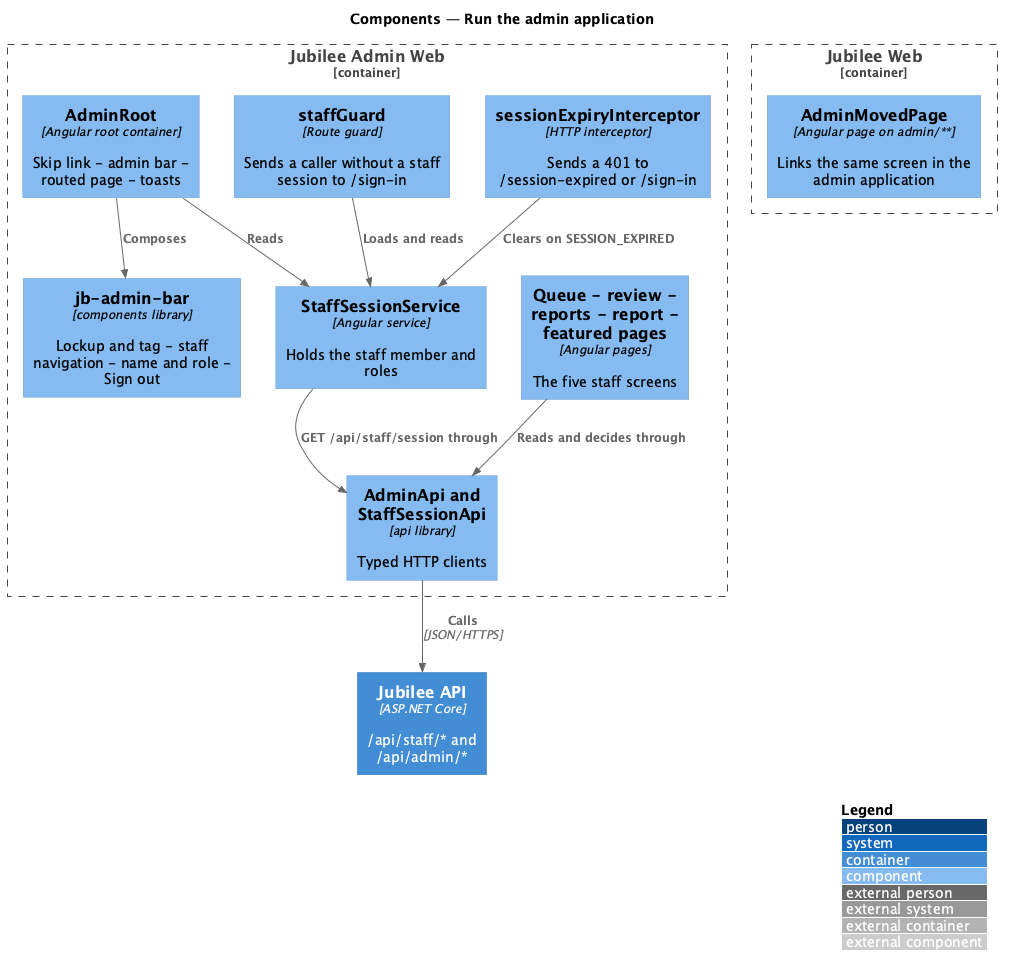
Earlier version of the PlantUML export docs/detailed-designs/admin/run-admin-application/diagrams/c4-component.png (QuinntyneBrown/jubilee). Its diagram source:
```plantuml
@startuml
!include <C4/C4_Component>
LAYOUT_WITH_LEGEND()
title Components — Run the admin application

Container_Boundary(admin, "Jubilee Admin Web") {
  Component(root, "AdminRoot", "Angular root container", "Skip link - admin bar - routed page - toasts")
  Component(bar, "jb-admin-bar", "components library", "Lockup and tag - staff navigation - name and role - Sign out")
  Component(guard, "staffGuard", "Route guard", "Sends a caller without a staff session to /sign-in")
  Component(session, "StaffSessionService", "Angular service", "Holds the staff member and roles")
  Component(pages, "Queue - review - reports - report - featured pages", "Angular pages", "The five staff screens")
  Component(adminapi, "AdminApi and StaffSessionApi", "api library", "Typed HTTP clients")
  Component(expiry, "sessionExpiryInterceptor", "HTTP interceptor", "Sends a 401 to /session-expired or /sign-in")
}
Container_Boundary(web, "Jubilee Web") {
  Component(moved, "AdminMovedPage", "Angular page on admin/**", "Links the same screen in the admin application")
}
Container(api, "Jubilee API", "ASP.NET Core", "/api/staff/* and /api/admin/*")
Rel(root, bar, "Composes")
Rel(root, session, "Reads")
Rel(guard, session, "Loads and reads")
Rel(pages, adminapi, "Reads and decides through")
Rel(session, adminapi, "GET /api/staff/session through")
Rel(adminapi, api, "Calls", "JSON/HTTPS")
Rel(expiry, session, "Clears on SESSION_EXPIRED")
@enduml
```
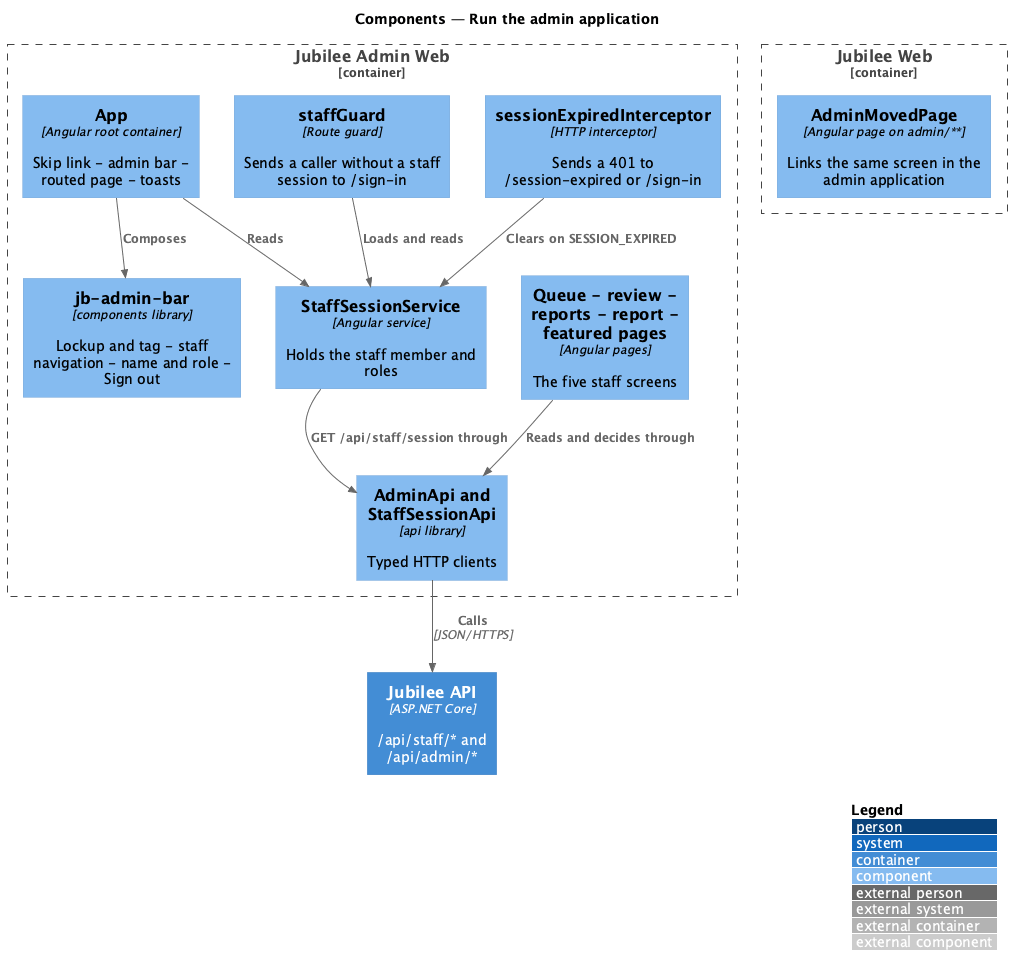
Later version of the same file.

What changed in the source:
```diff
@@ -4,13 +4,13 @@
 title Components — Run the admin application
 
 Container_Boundary(admin, "Jubilee Admin Web") {
-  Component(root, "AdminRoot", "Angular root container", "Skip link - admin bar - routed page - toasts")
+  Component(root, "App", "Angular root container", "Skip link - admin bar - routed page - toasts")
   Component(bar, "jb-admin-bar", "components library", "Lockup and tag - staff navigation - name and role - Sign out")
   Component(guard, "staffGuard", "Route guard", "Sends a caller without a staff session to /sign-in")
   Component(session, "StaffSessionService", "Angular service", "Holds the staff member and roles")
   Component(pages, "Queue - review - reports - report - featured pages", "Angular pages", "The five staff screens")
   Component(adminapi, "AdminApi and StaffSessionApi", "api library", "Typed HTTP clients")
-  Component(expiry, "sessionExpiryInterceptor", "HTTP interceptor", "Sends a 401 to /session-expired or /sign-in")
+  Component(expiry, "sessionExpiredInterceptor", "HTTP interceptor", "Sends a 401 to /session-expired or /sign-in")
 }
 Container_Boundary(web, "Jubilee Web") {
   Component(moved, "AdminMovedPage", "Angular page on admin/**", "Links the same screen in the admin application")
```
